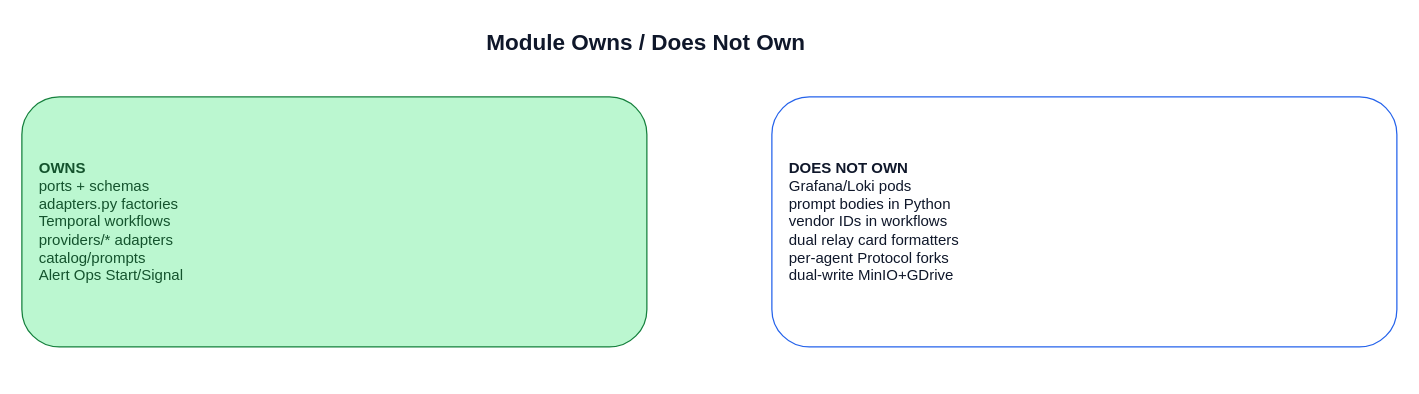
This is page "Module Owns / Not" (2 of 8) of docs/agent-platform/agent-platform.drawio from AM-Portfolio/am-agents, a draw.io file, before an edit. Source tidied: cells renumbered, new cells numbered last; positions are measured from the earlier drawing's top-left corner, leaving out a move shared by most shapes. Both pictures are drawn from the tidied source at 125%, with x=0, y=0 at pixel (21, 21).
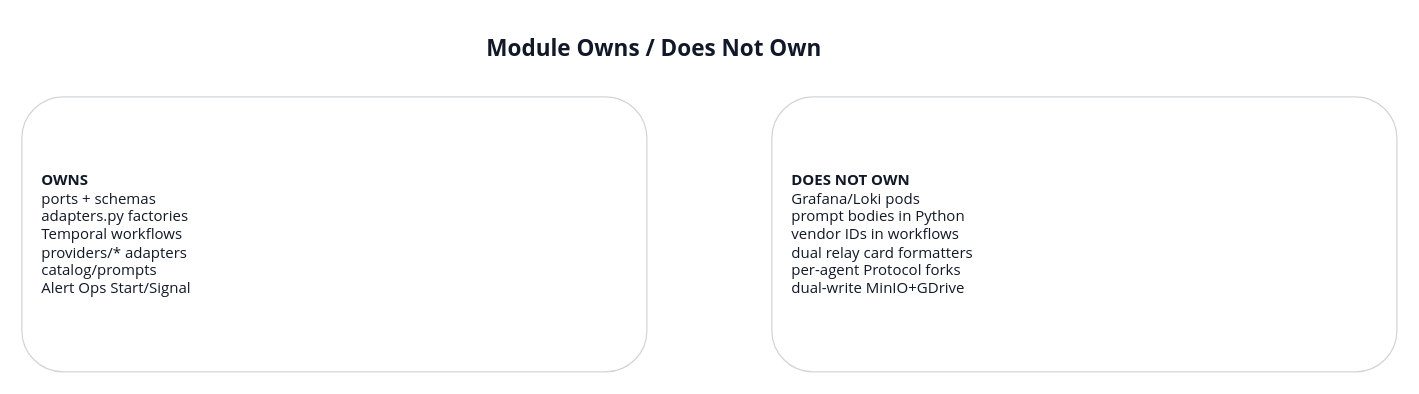
After the change.

Commit message (it also covers changes not shown here):
docs: simplify agent platform architecture diagram for clarity

- Reduced the complexity of the agent platform diagram by removing unnecessary elements and streamlining the layout.
- Enhanced readability and focus on key components of the architecture.
- Updated diagram structure to better represent the relationships and flow within the agent platform.

What changed in the source:
```diff
@@
-<mxGraphModel background="#ffffff">
+<mxGraphModel background="#FFFFFF">
   <root>
     <mxCell id="0" />
     <mxCell id="1" parent="0" />
-    <mxCell id="2" value="&lt;b&gt;Module Owns / Does Not Own&lt;/b&gt;" style="text;html=1;fontSize=18;fontColor=#0F172A;" parent="1" vertex="1">
-      <mxGeometry x="370" width="400" height="30" as="geometry" />
+    <mxCell id="2" value="&lt;b&gt;Module Owns / Does Not Own&lt;/b&gt;" style="text;html=1;fontSize=18;fontColor=#111827;fontFamily=Segoe UI;" parent="1" vertex="1">
+      <mxGeometry x="370" y="4" width="400" height="30" as="geometry" />
     </mxCell>
-    <mxCell id="3" value="&lt;b&gt;OWNS&lt;/b&gt;&lt;br&gt;ports + schemas&lt;br&gt;adapters.py factories&lt;br&gt;Temporal workflows&lt;br&gt;providers/* adapters&lt;br&gt;catalog/prompts&lt;br&gt;Alert Ops Start/Signal" style="rounded=1;whiteSpace=wrap;html=1;align=left;spacingLeft=12;fillColor=#BBF7D0;strokeColor=#15803D;fontColor=#14532D;" parent="1" vertex="1">
-      <mxGeometry y="60" width="500" height="200" as="geometry" />
+    <mxCell id="3" value="&lt;b&gt;OWNS&lt;/b&gt;&lt;br&gt;ports + schemas&lt;br&gt;adapters.py factories&lt;br&gt;Temporal workflows&lt;br&gt;providers/* adapters&lt;br&gt;catalog/prompts&lt;br&gt;Alert Ops Start/Signal" style="rounded=1;whiteSpace=wrap;html=1;align=left;spacingLeft=14;fillColor=#FFFFFF;strokeColor=#D1D5DB;fontColor=#111827;fontFamily=Segoe UI;" parent="1" vertex="1">
+      <mxGeometry y="60" width="500" height="220" as="geometry" />
     </mxCell>
-    <mxCell id="4" value="&lt;b&gt;DOES NOT OWN&lt;/b&gt;&lt;br&gt;Grafana/Loki pods&lt;br&gt;prompt bodies in Python&lt;br&gt;vendor IDs in workflows&lt;br&gt;dual relay card formatters&lt;br&gt;per-agent Protocol forks&lt;br&gt;dual-write MinIO+GDrive" style="rounded=1;whiteSpace=wrap;html=1;align=left;spacingLeft=12;fillColor=#FFFFFF;strokeColor=#2563EB;fontColor=#0F172A;" parent="1" vertex="1">
-      <mxGeometry x="600" y="60" width="500" height="200" as="geometry" />
+    <mxCell id="4" value="&lt;b&gt;DOES NOT OWN&lt;/b&gt;&lt;br&gt;Grafana/Loki pods&lt;br&gt;prompt bodies in Python&lt;br&gt;vendor IDs in workflows&lt;br&gt;dual relay card formatters&lt;br&gt;per-agent Protocol forks&lt;br&gt;dual-write MinIO+GDrive" style="rounded=1;whiteSpace=wrap;html=1;align=left;spacingLeft=14;fillColor=#FFFFFF;strokeColor=#D1D5DB;fontColor=#111827;fontFamily=Segoe UI;" parent="1" vertex="1">
+      <mxGeometry x="600" y="60" width="500" height="220" as="geometry" />
     </mxCell>
   </root>
 </mxGraphModel>
```
